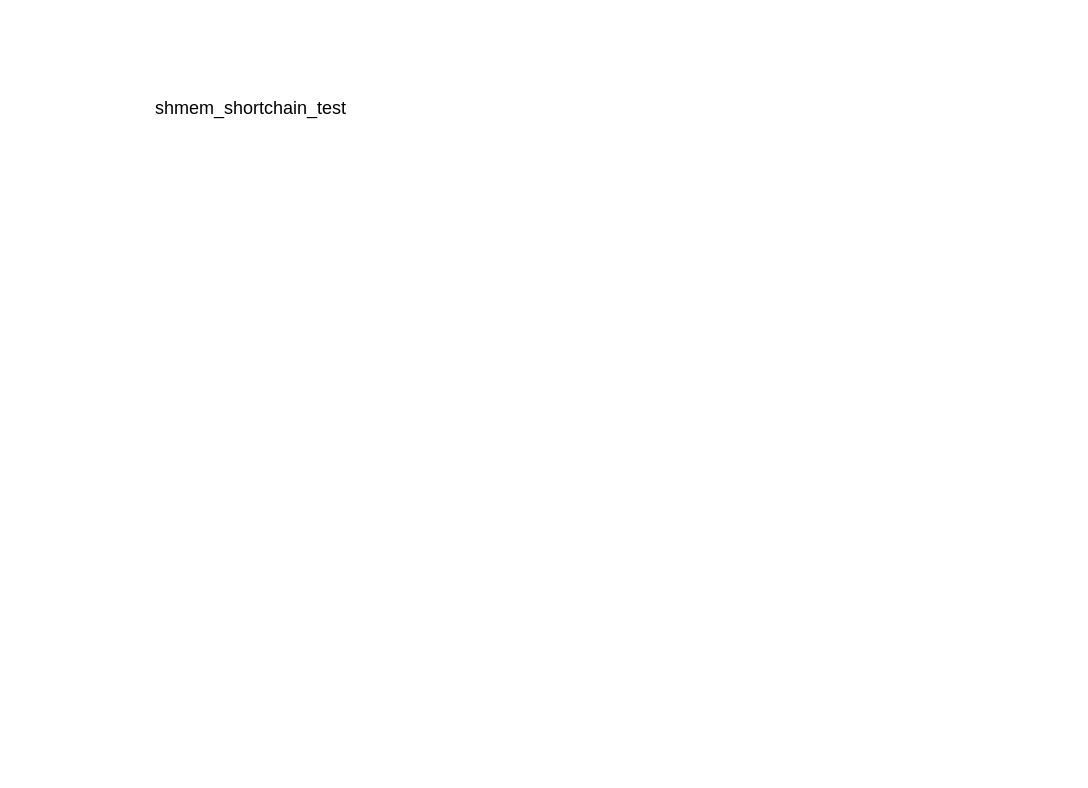
Earlier version of the draw.io diagram shmem.drawio (KeinoChan/drawio). Source tidied: cells renumbered, new cells numbered last; positions are measured from the earlier drawing's top-left corner, leaving out a move shared by most shapes. Both pictures are drawn from the tidied source at 150%, with x=0, y=0 at pixel (206, 86).
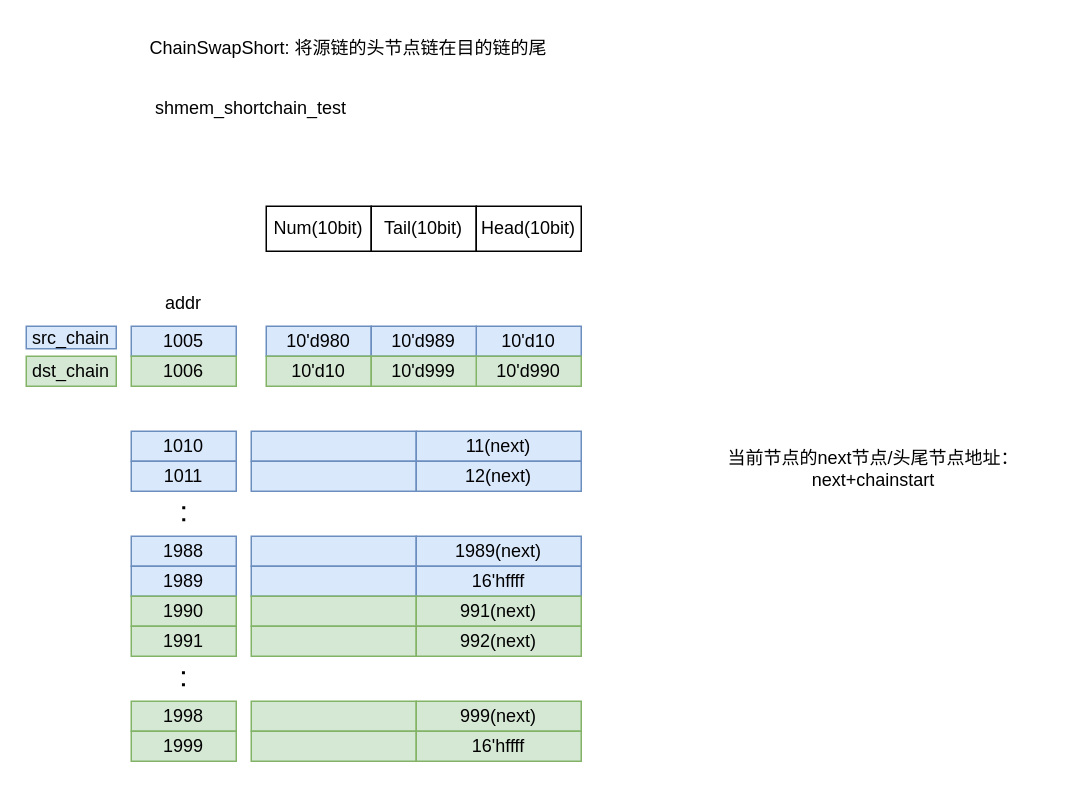
Above is the later version.

Diff of the diagram source:
```diff
@@
+    <mxCell id="3" value="1005" style="whiteSpace=wrap;html=1;fillColor=#dae8fc;strokeColor=#6c8ebf;" parent="1" vertex="1">
+      <mxGeometry x="-50" y="160" width="70" height="20" as="geometry" />
+    </mxCell>
+    <mxCell id="4" value="10'd980" style="whiteSpace=wrap;html=1;fillColor=#dae8fc;strokeColor=#6c8ebf;" parent="1" vertex="1">
+      <mxGeometry x="40" y="160" width="70" height="20" as="geometry" />
+    </mxCell>
+    <mxCell id="5" value="10'd10" style="whiteSpace=wrap;html=1;fillColor=#dae8fc;strokeColor=#6c8ebf;" parent="1" vertex="1">
+      <mxGeometry x="180" y="160" width="70" height="20" as="geometry" />
+    </mxCell>
+    <mxCell id="6" value="10'd989" style="whiteSpace=wrap;html=1;fillColor=#dae8fc;strokeColor=#6c8ebf;" parent="1" vertex="1">
+      <mxGeometry x="110" y="160" width="70" height="20" as="geometry" />
+    </mxCell>
+    <mxCell id="7" value="src_chain" style="text;html=1;whiteSpace=wrap;strokeColor=#6c8ebf;fillColor=#dae8fc;align=center;verticalAlign=middle;rounded=0;" parent="1" vertex="1">
+      <mxGeometry x="-120" y="160" width="60" height="15" as="geometry" />
+    </mxCell>
+    <mxCell id="8" value="addr" style="text;html=1;whiteSpace=wrap;strokeColor=none;fillColor=none;align=center;verticalAlign=middle;rounded=0;" parent="1" vertex="1">
+      <mxGeometry x="-45" y="130" width="60" height="30" as="geometry" />
+    </mxCell>
+    <mxCell id="9" style="group;" parent="1" vertex="1">
+      <mxGeometry x="40" y="80" width="210" height="30" as="geometry" />
+    </mxCell>
+    <mxCell id="10" value="Num(10bit)" style="rounded=0;whiteSpace=wrap;html=1;" parent="9" vertex="1">
+      <mxGeometry width="70" height="30" as="geometry" />
+    </mxCell>
+    <mxCell id="11" value="Tail&lt;span style=&quot;background-color: transparent; color: light-dark(rgb(0, 0, 0), rgb(255, 255, 255));&quot;&gt;(10bit)&lt;/span&gt;" style="rounded=0;whiteSpace=wrap;html=1;" parent="9" vertex="1">
+      <mxGeometry x="70" width="70" height="30" as="geometry" />
+    </mxCell>
+    <mxCell id="12" value="Head(10bit)" style="rounded=0;whiteSpace=wrap;html=1;" parent="9" vertex="1">
+      <mxGeometry x="140" width="70" height="30" as="geometry" />
+    </mxCell>
+    <mxCell id="13" value="1006" style="whiteSpace=wrap;html=1;fillColor=#d5e8d4;strokeColor=#82b366;" parent="1" vertex="1">
+      <mxGeometry x="-50" y="180" width="70" height="20" as="geometry" />
+    </mxCell>
+    <mxCell id="14" value="10'd10" style="whiteSpace=wrap;html=1;fillColor=#d5e8d4;strokeColor=#82b366;" parent="1" vertex="1">
+      <mxGeometry x="40" y="180" width="70" height="20" as="geometry" />
+    </mxCell>
+    <mxCell id="15" value="10'd990" style="whiteSpace=wrap;html=1;fillColor=#d5e8d4;strokeColor=#82b366;" parent="1" vertex="1">
+      <mxGeometry x="180" y="180" width="70" height="20" as="geometry" />
+    </mxCell>
+    <mxCell id="16" value="10'd999" style="whiteSpace=wrap;html=1;fillColor=#d5e8d4;strokeColor=#82b366;" parent="1" vertex="1">
+      <mxGeometry x="110" y="180" width="70" height="20" as="geometry" />
+    </mxCell>
+    <mxCell id="17" value="ChainSwapShort: 将源链的头节点链在目的链的尾" style="text;html=1;whiteSpace=wrap;strokeColor=none;fillColor=none;align=center;verticalAlign=middle;rounded=0;" parent="1" vertex="1">
+      <mxGeometry x="-50" y="-40" width="290" height="30" as="geometry" />
+    </mxCell>
+    <mxCell id="18" value="dst_chain" style="text;html=1;whiteSpace=wrap;strokeColor=#82b366;fillColor=#d5e8d4;align=center;verticalAlign=middle;rounded=0;" parent="1" vertex="1">
+      <mxGeometry x="-120" y="180" width="60" height="20" as="geometry" />
+    </mxCell>
+    <mxCell id="19" value="1010" style="whiteSpace=wrap;html=1;fillColor=#dae8fc;strokeColor=#6c8ebf;" parent="1" vertex="1">
+      <mxGeometry x="-50" y="230" width="70" height="20" as="geometry" />
+    </mxCell>
+    <mxCell id="20" style="whiteSpace=wrap;html=1;fillColor=#dae8fc;strokeColor=#6c8ebf;" parent="1" vertex="1">
+      <mxGeometry x="30" y="230" width="110" height="20" as="geometry" />
+    </mxCell>
+    <mxCell id="21" value="11(next)" style="whiteSpace=wrap;html=1;fillColor=#dae8fc;strokeColor=#6c8ebf;" parent="1" vertex="1">
+      <mxGeometry x="140" y="230" width="110" height="20" as="geometry" />
+    </mxCell>
+    <mxCell id="22" value="1011" style="whiteSpace=wrap;html=1;fillColor=#dae8fc;strokeColor=#6c8ebf;" parent="1" vertex="1">
+      <mxGeometry x="-50" y="250" width="70" height="20" as="geometry" />
+    </mxCell>
+    <mxCell id="23" style="whiteSpace=wrap;html=1;fillColor=#dae8fc;strokeColor=#6c8ebf;" parent="1" vertex="1">
+      <mxGeometry x="30" y="250" width="110" height="20" as="geometry" />
+    </mxCell>
+    <mxCell id="24" value="12(next)" style="whiteSpace=wrap;html=1;fillColor=#dae8fc;strokeColor=#6c8ebf;" parent="1" vertex="1">
+      <mxGeometry x="140" y="250" width="110" height="20" as="geometry" />
+    </mxCell>
+    <mxCell id="25" value="1988" style="whiteSpace=wrap;html=1;fillColor=#dae8fc;strokeColor=#6c8ebf;" parent="1" vertex="1">
+      <mxGeometry x="-50" y="300" width="70" height="20" as="geometry" />
+    </mxCell>
+    <mxCell id="26" style="whiteSpace=wrap;html=1;fillColor=#dae8fc;strokeColor=#6c8ebf;" parent="1" vertex="1">
+      <mxGeometry x="30" y="300" width="110" height="20" as="geometry" />
+    </mxCell>
+    <mxCell id="27" value="1989(next)" style="whiteSpace=wrap;html=1;fillColor=#dae8fc;strokeColor=#6c8ebf;" parent="1" vertex="1">
+      <mxGeometry x="140" y="300" width="110" height="20" as="geometry" />
+    </mxCell>
+    <mxCell id="28" value="1989" style="whiteSpace=wrap;html=1;fillColor=#dae8fc;strokeColor=#6c8ebf;" parent="1" vertex="1">
+      <mxGeometry x="-50" y="320" width="70" height="20" as="geometry" />
+    </mxCell>
+    <mxCell id="29" style="whiteSpace=wrap;html=1;fillColor=#dae8fc;strokeColor=#6c8ebf;" parent="1" vertex="1">
+      <mxGeometry x="30" y="320" width="110" height="20" as="geometry" />
+    </mxCell>
+    <mxCell id="30" value="16'hffff" style="whiteSpace=wrap;html=1;fillColor=#dae8fc;strokeColor=#6c8ebf;" parent="1" vertex="1">
+      <mxGeometry x="140" y="320" width="110" height="20" as="geometry" />
+    </mxCell>
+    <mxCell id="31" style="endArrow=none;dashed=1;html=1;dashPattern=1 3;strokeWidth=2;rounded=0;" parent="1" edge="1">
+      <mxGeometry relative="1" as="geometry">
+        <mxPoint x="-15" y="290" as="sourcePoint" />
+        <mxPoint x="-15" y="280" as="targetPoint" />
+      </mxGeometry>
+    </mxCell>
+    <mxCell id="32" value="当前节点的next节点/头尾节点地址：next+chainstart" style="text;html=1;whiteSpace=wrap;strokeColor=none;fillColor=none;align=center;verticalAlign=middle;rounded=0;" parent="1" vertex="1">
+      <mxGeometry x="320" y="240" width="250" height="30" as="geometry" />
+    </mxCell>
+    <mxCell id="33" value="1990" style="whiteSpace=wrap;html=1;fillColor=#d5e8d4;strokeColor=#82b366;" parent="1" vertex="1">
+      <mxGeometry x="-50" y="340" width="70" height="20" as="geometry" />
+    </mxCell>
+    <mxCell id="34" style="whiteSpace=wrap;html=1;fillColor=#d5e8d4;strokeColor=#82b366;" parent="1" vertex="1">
+      <mxGeometry x="30" y="340" width="110" height="20" as="geometry" />
+    </mxCell>
+    <mxCell id="35" value="991(next)" style="whiteSpace=wrap;html=1;fillColor=#d5e8d4;strokeColor=#82b366;" parent="1" vertex="1">
+      <mxGeometry x="140" y="340" width="110" height="20" as="geometry" />
+    </mxCell>
+    <mxCell id="36" value="1991" style="whiteSpace=wrap;html=1;fillColor=#d5e8d4;strokeColor=#82b366;" parent="1" vertex="1">
+      <mxGeometry x="-50" y="360" width="70" height="20" as="geometry" />
+    </mxCell>
+    <mxCell id="37" style="whiteSpace=wrap;html=1;fillColor=#d5e8d4;strokeColor=#82b366;" parent="1" vertex="1">
+      <mxGeometry x="30" y="360" width="110" height="20" as="geometry" />
+    </mxCell>
+    <mxCell id="38" value="992(next)" style="whiteSpace=wrap;html=1;fillColor=#d5e8d4;strokeColor=#82b366;" parent="1" vertex="1">
+      <mxGeometry x="140" y="360" width="110" height="20" as="geometry" />
+    </mxCell>
+    <mxCell id="39" value="1998" style="whiteSpace=wrap;html=1;fillColor=#d5e8d4;strokeColor=#82b366;" parent="1" vertex="1">
+      <mxGeometry x="-50" y="410" width="70" height="20" as="geometry" />
+    </mxCell>
+    <mxCell id="40" style="whiteSpace=wrap;html=1;fillColor=#d5e8d4;strokeColor=#82b366;" parent="1" vertex="1">
+      <mxGeometry x="30" y="410" width="110" height="20" as="geometry" />
+    </mxCell>
+    <mxCell id="41" value="999(next)" style="whiteSpace=wrap;html=1;fillColor=#d5e8d4;strokeColor=#82b366;" parent="1" vertex="1">
+      <mxGeometry x="140" y="410" width="110" height="20" as="geometry" />
+    </mxCell>
+    <mxCell id="42" value="1999" style="whiteSpace=wrap;html=1;fillColor=#d5e8d4;strokeColor=#82b366;" parent="1" vertex="1">
+      <mxGeometry x="-50" y="430" width="70" height="20" as="geometry" />
+    </mxCell>
+    <mxCell id="43" style="whiteSpace=wrap;html=1;fillColor=#d5e8d4;strokeColor=#82b366;" parent="1" vertex="1">
+      <mxGeometry x="30" y="430" width="110" height="20" as="geometry" />
+    </mxCell>
+    <mxCell id="44" value="16'hffff" style="whiteSpace=wrap;html=1;fillColor=#d5e8d4;strokeColor=#82b366;" parent="1" vertex="1">
+      <mxGeometry x="140" y="430" width="110" height="20" as="geometry" />
+    </mxCell>
+    <mxCell id="45" style="endArrow=none;dashed=1;html=1;dashPattern=1 3;strokeWidth=2;rounded=0;" parent="1" edge="1">
+      <mxGeometry relative="1" as="geometry">
+        <mxPoint x="-15.2" y="400" as="sourcePoint" />
+        <mxPoint x="-15.2" y="390" as="targetPoint" />
+      </mxGeometry>
+    </mxCell>
```
